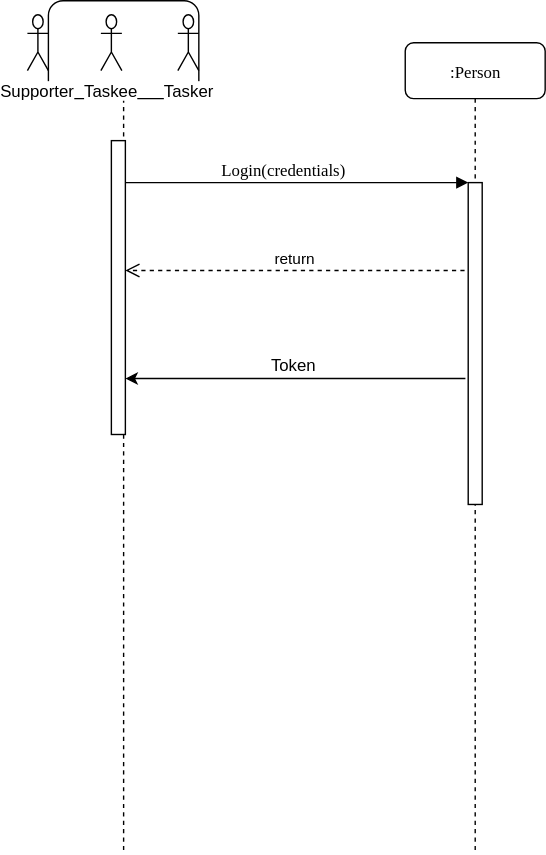
This is planning-and-analysis/functional-modeling/diagrams/sequence-diagram/login_sequence_diagram.svg from hessamhz/software-engineering-project, a draw.io export, as it was before one commit. Source tidied: cells renumbered, new cells last; positions are measured from the earlier drawing's top-left corner, leaving out a move shared by most shapes. Source of this version:
```xml
<mxGraphModel background="#ffffff">
  <root>
    <mxCell id="0" />
    <mxCell id="1" parent="0" />
    <mxCell id="2" value=":Person" style="shape=umlLifeline;perimeter=lifelinePerimeter;whiteSpace=wrap;html=1;rounded=1;shadow=0;comic=0;labelBackgroundColor=none;strokeWidth=1;fontFamily=Verdana;fontSize=12;align=center;" parent="1" vertex="1">
      <mxGeometry x="270" y="30" width="100" height="580" as="geometry" />
    </mxCell>
    <mxCell id="3" style="html=1;points=[];perimeter=orthogonalPerimeter;rounded=0;shadow=0;comic=0;labelBackgroundColor=none;strokeWidth=1;fontFamily=Verdana;fontSize=12;align=center;" parent="2" vertex="1">
      <mxGeometry x="45" y="100" width="10" height="230" as="geometry" />
    </mxCell>
    <mxCell id="4" style="shape=umlLifeline;perimeter=lifelinePerimeter;whiteSpace=wrap;html=1;outlineConnect=0;rounded=1;shadow=0;comic=0;labelBackgroundColor=none;strokeWidth=1;fontFamily=Verdana;fontSize=12;align=center;size=70;" parent="1" vertex="1">
      <mxGeometry x="15" width="107.5" height="610" as="geometry" />
    </mxCell>
    <mxCell id="5" style="html=1;points=[];perimeter=orthogonalPerimeter;rounded=0;shadow=0;comic=0;labelBackgroundColor=none;strokeWidth=1;fontFamily=Verdana;fontSize=12;align=center;" parent="4" vertex="1">
      <mxGeometry x="45" y="100" width="10" height="210" as="geometry" />
    </mxCell>
    <mxCell id="6" value="Taskee" style="shape=umlActor;verticalLabelPosition=bottom;labelBackgroundColor=#ffffff;verticalAlign=top;html=1;" parent="4" vertex="1">
      <mxGeometry x="37.5" y="10" width="15" height="40" as="geometry" />
    </mxCell>
    <mxCell id="7" value="Tasker" style="shape=umlActor;verticalLabelPosition=bottom;labelBackgroundColor=#ffffff;verticalAlign=top;html=1;" parent="4" vertex="1">
      <mxGeometry x="92.5" y="10" width="15" height="40" as="geometry" />
    </mxCell>
    <mxCell id="8" value="Login(credentials)" style="html=1;verticalAlign=bottom;endArrow=block;entryX=0;entryY=0;labelBackgroundColor=none;fontFamily=Verdana;fontSize=12;edgeStyle=elbowEdgeStyle;elbow=vertical;" parent="1" edge="1" source="5" target="3">
      <mxGeometry relative="1" as="geometry" />
    </mxCell>
    <mxCell id="9" value="Supporter&lt;br&gt;" style="shape=umlActor;verticalLabelPosition=bottom;labelBackgroundColor=#ffffff;verticalAlign=top;html=1;" parent="1" vertex="1">
      <mxGeometry y="10" width="15" height="40" as="geometry" />
    </mxCell>
    <mxCell id="10" style="endArrow=classic;html=1;" parent="1" edge="1" target="5">
      <mxGeometry relative="1" as="geometry">
        <mxPoint x="313" y="270" as="sourcePoint" />
        <Array as="points">
          <mxPoint x="190" y="270" />
        </Array>
      </mxGeometry>
    </mxCell>
    <mxCell id="11" value="Token" style="text;html=1;strokeColor=none;fillColor=none;align=center;verticalAlign=middle;whiteSpace=wrap;rounded=0;" parent="1" vertex="1">
      <mxGeometry x="170" y="250" width="40" height="20" as="geometry" />
    </mxCell>
    <mxCell id="12" value="return" style="html=1;verticalAlign=bottom;endArrow=open;dashed=1;endSize=8;exitX=-0.26;exitY=0.273;exitDx=0;exitDy=0;exitPerimeter=0;" parent="1" edge="1" source="3" target="5">
      <mxGeometry relative="1" as="geometry" />
    </mxCell>
  </root>
</mxGraphModel>
```
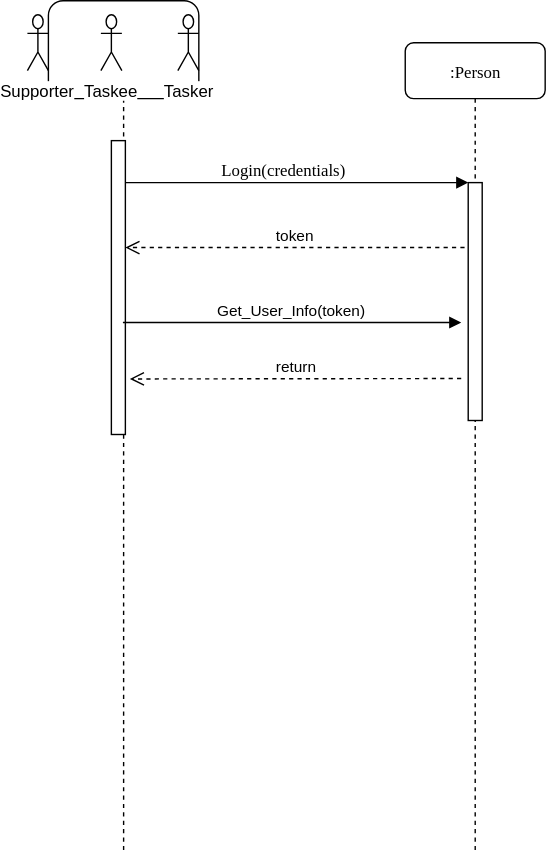
Above is the later version.

What changed in the source:
```diff
@@ -6,7 +6,7 @@
       <mxGeometry x="270" y="30" width="100" height="580" as="geometry" />
     </mxCell>
     <mxCell id="3" style="html=1;points=[];perimeter=orthogonalPerimeter;rounded=0;shadow=0;comic=0;labelBackgroundColor=none;strokeWidth=1;fontFamily=Verdana;fontSize=12;align=center;" parent="2" vertex="1">
-      <mxGeometry x="45" y="100" width="10" height="230" as="geometry" />
+      <mxGeometry x="45" y="100" width="10" height="170" as="geometry" />
     </mxCell>
     <mxCell id="4" style="shape=umlLifeline;perimeter=lifelinePerimeter;whiteSpace=wrap;html=1;outlineConnect=0;rounded=1;shadow=0;comic=0;labelBackgroundColor=none;strokeWidth=1;fontFamily=Verdana;fontSize=12;align=center;size=70;" parent="1" vertex="1">
       <mxGeometry x="15" width="107.5" height="610" as="geometry" />
@@ -26,19 +26,18 @@
     <mxCell id="9" value="Supporter&lt;br&gt;" style="shape=umlActor;verticalLabelPosition=bottom;labelBackgroundColor=#ffffff;verticalAlign=top;html=1;" parent="1" vertex="1">
       <mxGeometry y="10" width="15" height="40" as="geometry" />
     </mxCell>
-    <mxCell id="10" style="endArrow=classic;html=1;" parent="1" edge="1" target="5">
-      <mxGeometry relative="1" as="geometry">
-        <mxPoint x="313" y="270" as="sourcePoint" />
-        <Array as="points">
-          <mxPoint x="190" y="270" />
-        </Array>
-      </mxGeometry>
-    </mxCell>
-    <mxCell id="11" value="Token" style="text;html=1;strokeColor=none;fillColor=none;align=center;verticalAlign=middle;whiteSpace=wrap;rounded=0;" parent="1" vertex="1">
-      <mxGeometry x="170" y="250" width="40" height="20" as="geometry" />
-    </mxCell>
-    <mxCell id="12" value="return" style="html=1;verticalAlign=bottom;endArrow=open;dashed=1;endSize=8;exitX=-0.26;exitY=0.273;exitDx=0;exitDy=0;exitPerimeter=0;" parent="1" edge="1" source="3" target="5">
+    <mxCell id="12" value="token" style="html=1;verticalAlign=bottom;endArrow=open;dashed=1;endSize=8;exitX=-0.26;exitY=0.273;exitDx=0;exitDy=0;exitPerimeter=0;" parent="1" edge="1" source="3" target="5">
       <mxGeometry relative="1" as="geometry" />
     </mxCell>
+    <mxCell id="13" value="Get_User_Info(token)" style="html=1;verticalAlign=bottom;endArrow=block;" parent="1" edge="1" source="4">
+      <mxGeometry relative="1" as="geometry">
+        <mxPoint x="310" y="230" as="targetPoint" />
+      </mxGeometry>
+    </mxCell>
+    <mxCell id="14" value="return" style="html=1;verticalAlign=bottom;endArrow=open;dashed=1;endSize=8;entryX=1.32;entryY=0.811;entryDx=0;entryDy=0;entryPerimeter=0;" parent="1" edge="1" target="5">
+      <mxGeometry relative="1" as="geometry">
+        <mxPoint x="310" y="270" as="sourcePoint" />
+      </mxGeometry>
+    </mxCell>
   </root>
 </mxGraphModel>
```
